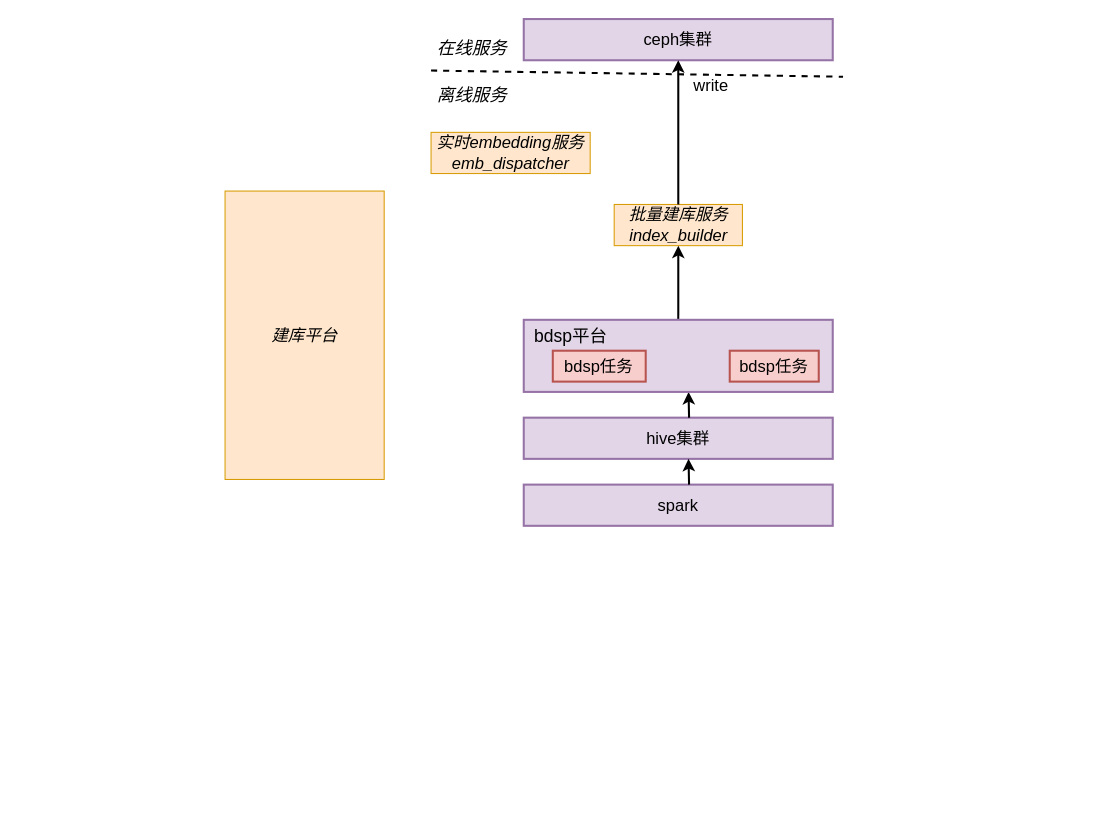
Above: page "第 3 页" (3 of 3) of faiss.drawio in yantao006/draw_io (draw.io), before the change. Source tidied: cells renumbered, new cells numbered last; positions are measured from the earlier drawing's top-left corner, leaving out a move shared by most shapes. Both pictures are drawn from the tidied source at 103%, with x=0, y=0 at pixel (225, 19).
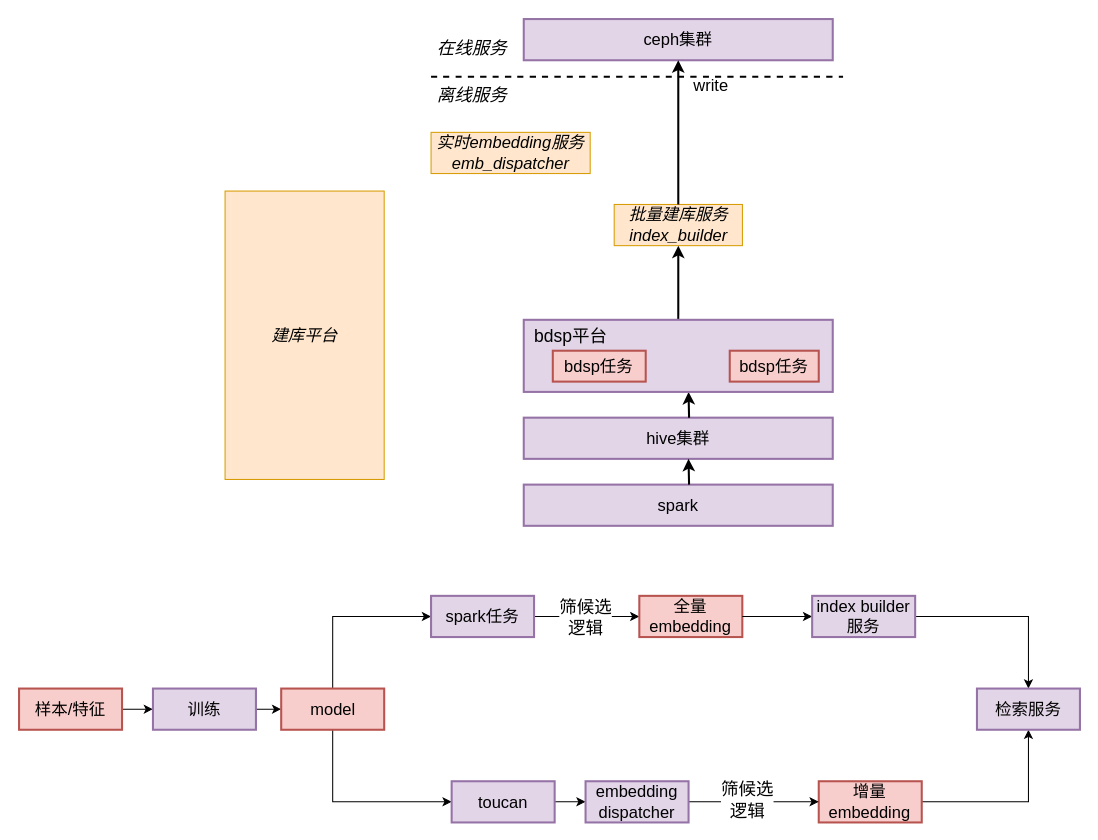
The same diagram, later.

The edit, as a diff of the source:
```diff
@@
     <mxCell id="10" style="endArrow=none;dashed=1;html=1;rounded=0;strokeWidth=2;fontSize=16;curved=1;" parent="1" edge="1">
       <mxGeometry relative="1" as="geometry">
-        <mxPoint x="200" y="50" as="sourcePoint" />
+        <mxPoint x="200" y="56" as="sourcePoint" />
         <mxPoint x="600" y="56" as="targetPoint" />
       </mxGeometry>
     </mxCell>
@@
+    <mxCell id="20" style="edgeStyle=orthogonalEdgeStyle;rounded=0;jettySize=auto;html=1;" parent="1" edge="1" source="21" target="23">
+      <mxGeometry relative="1" as="geometry" />
+    </mxCell>
+    <mxCell id="21" value="&lt;font style=&quot;font-size: 16px;&quot;&gt;样本/特征&lt;/font&gt;" style="rounded=0;whiteSpace=wrap;html=1;fillColor=#f8cecc;strokeColor=#b85450;strokeWidth=2;" parent="1" vertex="1">
+      <mxGeometry x="-200" y="650" width="100" height="40" as="geometry" />
+    </mxCell>
+    <mxCell id="22" style="edgeStyle=orthogonalEdgeStyle;rounded=0;jettySize=auto;html=1;" parent="1" edge="1" source="23" target="26">
+      <mxGeometry relative="1" as="geometry" />
+    </mxCell>
+    <mxCell id="23" value="&lt;font style=&quot;font-size: 16px;&quot;&gt;训练&lt;/font&gt;" style="rounded=0;whiteSpace=wrap;html=1;fillColor=#e1d5e7;strokeColor=#9673a6;strokeWidth=2;" parent="1" vertex="1">
+      <mxGeometry x="-70" y="650" width="100" height="40" as="geometry" />
+    </mxCell>
+    <mxCell id="24" style="edgeStyle=orthogonalEdgeStyle;rounded=0;jettySize=auto;html=1;exitX=0.5;exitY=1;exitDx=0;exitDy=0;entryX=0;entryY=0.5;entryDx=0;entryDy=0;" parent="1" edge="1" source="26" target="35">
+      <mxGeometry relative="1" as="geometry" />
+    </mxCell>
+    <mxCell id="25" style="edgeStyle=orthogonalEdgeStyle;rounded=0;jettySize=auto;html=1;" parent="1" edge="1" source="26" target="29">
+      <mxGeometry relative="1" as="geometry">
+        <Array as="points">
+          <mxPoint x="105" y="580" />
+        </Array>
+      </mxGeometry>
+    </mxCell>
+    <mxCell id="26" value="&lt;span style=&quot;font-size: 16px;&quot;&gt;model&lt;/span&gt;" style="rounded=0;whiteSpace=wrap;html=1;fillColor=#f8cecc;strokeColor=#b85450;strokeWidth=2;" parent="1" vertex="1">
+      <mxGeometry x="54.5" y="650" width="100" height="40" as="geometry" />
+    </mxCell>
+    <mxCell id="27" style="edgeStyle=orthogonalEdgeStyle;rounded=0;jettySize=auto;html=1;" parent="1" edge="1" source="29" target="31">
+      <mxGeometry relative="1" as="geometry" />
+    </mxCell>
+    <mxCell id="28" value="&lt;font style=&quot;font-size: 17px;&quot;&gt;筛候选&lt;br&gt;逻辑&lt;br&gt;&lt;/font&gt;" style="edgeLabel;html=1;align=center;verticalAlign=middle;" parent="27" vertex="1">
+      <mxGeometry x="-0.04" y="-1" relative="1" as="geometry" />
+    </mxCell>
+    <mxCell id="29" value="&lt;span style=&quot;font-size: 16px;&quot;&gt;spark任务&lt;/span&gt;" style="rounded=0;whiteSpace=wrap;html=1;fillColor=#e1d5e7;strokeColor=#9673a6;strokeWidth=2;" parent="1" vertex="1">
+      <mxGeometry x="200" y="560" width="100" height="40" as="geometry" />
+    </mxCell>
+    <mxCell id="30" style="edgeStyle=orthogonalEdgeStyle;rounded=0;jettySize=auto;html=1;exitX=1;exitY=0.5;exitDx=0;exitDy=0;entryX=0.5;entryY=0;entryDx=0;entryDy=0;" parent="1" edge="1" source="41" target="39">
+      <mxGeometry relative="1" as="geometry">
+        <Array as="points">
+          <mxPoint x="780" y="580" />
+        </Array>
+      </mxGeometry>
+    </mxCell>
+    <mxCell id="31" value="&lt;span style=&quot;font-size: 16px;&quot;&gt;全量embedding&lt;/span&gt;" style="rounded=0;whiteSpace=wrap;html=1;fillColor=#f8cecc;strokeColor=#b85450;strokeWidth=2;" parent="1" vertex="1">
+      <mxGeometry x="402.2" y="560" width="100" height="40" as="geometry" />
+    </mxCell>
+    <mxCell id="32" style="edgeStyle=orthogonalEdgeStyle;rounded=0;jettySize=auto;html=1;exitX=1;exitY=0.5;exitDx=0;exitDy=0;entryX=0.5;entryY=1;entryDx=0;entryDy=0;" parent="1" edge="1" source="33" target="39">
+      <mxGeometry relative="1" as="geometry" />
+    </mxCell>
+    <mxCell id="33" value="&lt;span style=&quot;font-size: 16px;&quot;&gt;增量embedding&lt;/span&gt;" style="rounded=0;whiteSpace=wrap;html=1;fillColor=#f8cecc;strokeColor=#b85450;strokeWidth=2;" parent="1" vertex="1">
+      <mxGeometry x="576.4" y="740" width="100" height="40" as="geometry" />
+    </mxCell>
+    <mxCell id="34" style="edgeStyle=orthogonalEdgeStyle;rounded=0;jettySize=auto;html=1;" parent="1" edge="1" source="35" target="38">
+      <mxGeometry relative="1" as="geometry" />
+    </mxCell>
+    <mxCell id="35" value="&lt;span style=&quot;font-size: 16px;&quot;&gt;toucan&lt;/span&gt;" style="rounded=0;whiteSpace=wrap;html=1;fillColor=#e1d5e7;strokeColor=#9673a6;strokeWidth=2;" parent="1" vertex="1">
+      <mxGeometry x="220" y="740" width="100" height="40" as="geometry" />
+    </mxCell>
+    <mxCell id="36" style="edgeStyle=orthogonalEdgeStyle;rounded=0;jettySize=auto;html=1;" parent="1" edge="1" source="38" target="33">
+      <mxGeometry relative="1" as="geometry" />
+    </mxCell>
+    <mxCell id="37" value="&lt;font style=&quot;font-size: 17px;&quot;&gt;筛候选&lt;br&gt;逻辑&lt;/font&gt;" style="edgeLabel;html=1;align=center;verticalAlign=middle;" parent="36" vertex="1">
+      <mxGeometry x="-0.11" y="2" relative="1" as="geometry" />
+    </mxCell>
+    <mxCell id="38" value="&lt;span style=&quot;font-size: 16px;&quot;&gt;embedding&lt;br&gt;dispatcher&lt;br&gt;&lt;/span&gt;" style="rounded=0;whiteSpace=wrap;html=1;fillColor=#e1d5e7;strokeColor=#9673a6;strokeWidth=2;" parent="1" vertex="1">
+      <mxGeometry x="350" y="740" width="100" height="40" as="geometry" />
+    </mxCell>
+    <mxCell id="39" value="&lt;span style=&quot;font-size: 16px;&quot;&gt;检索服务&lt;/span&gt;" style="rounded=0;whiteSpace=wrap;html=1;fillColor=#e1d5e7;strokeColor=#9673a6;strokeWidth=2;" parent="1" vertex="1">
+      <mxGeometry x="730" y="650" width="100" height="40" as="geometry" />
+    </mxCell>
+    <mxCell id="40" style="edgeStyle=orthogonalEdgeStyle;rounded=0;jettySize=auto;html=1;exitX=1;exitY=0.5;exitDx=0;exitDy=0;entryX=0;entryY=0.5;entryDx=0;entryDy=0;" parent="1" edge="1" source="31" target="41">
+      <mxGeometry relative="1" as="geometry" />
+    </mxCell>
+    <mxCell id="41" value="&lt;span style=&quot;font-size: 16px;&quot;&gt;index builder&lt;br&gt;服务&lt;br&gt;&lt;/span&gt;" style="rounded=0;whiteSpace=wrap;html=1;fillColor=#e1d5e7;strokeColor=#9673a6;strokeWidth=2;" parent="1" vertex="1">
+      <mxGeometry x="570" y="560" width="100" height="40" as="geometry" />
+    </mxCell>
```
